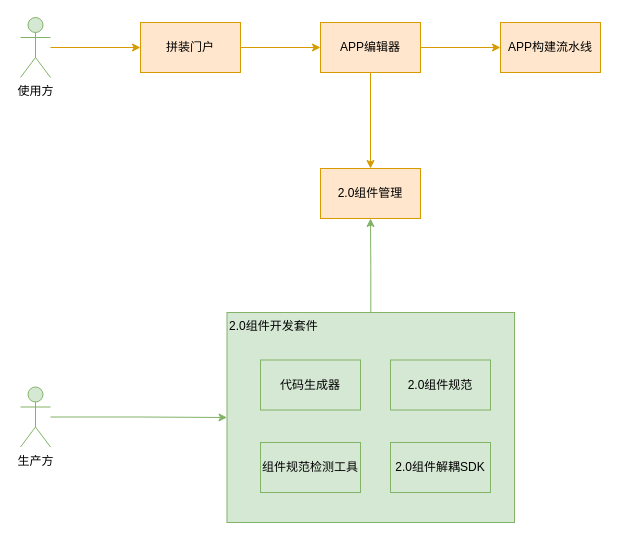
Before: apf-appfactory-editor.drawio in kwhitestone/drawio, a draw.io diagram. Source tidied: cells renumbered, new cells numbered last; positions are measured from the earlier drawing's top-left corner, leaving out a move shared by most shapes. Both pictures are drawn from the tidied source at 100%, with x=0, y=0 at pixel (20, 17).
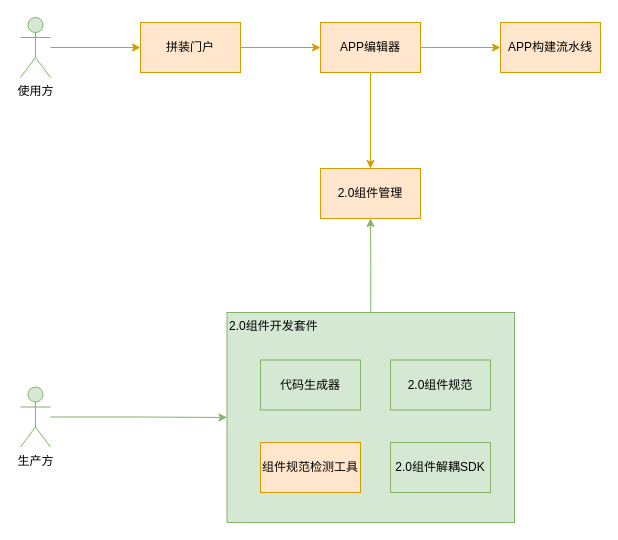
The same diagram, later.

The edit, as a diff of the source:
```diff
@@
 <mxGraphModel>
   <root>
     <mxCell id="0" />
     <mxCell id="1" parent="0" />
     <mxCell id="2" style="edgeStyle=orthogonalEdgeStyle;rounded=0;jettySize=auto;html=1;entryX=0;entryY=0.5;entryDx=0;entryDy=0;fillColor=#ffe6cc;strokeColor=#d79b00;" parent="1" edge="1" source="3" target="8">
       <mxGeometry relative="1" as="geometry" />
     </mxCell>
     <mxCell id="3" value="拼装门户" style="rounded=0;whiteSpace=wrap;html=1;fillColor=#ffe6cc;strokeColor=#d79b00;" parent="1" vertex="1">
       <mxGeometry x="120" y="5" width="100" height="50" as="geometry" />
     </mxCell>
     <mxCell id="4" style="edgeStyle=orthogonalEdgeStyle;rounded=0;jettySize=auto;html=1;entryX=0;entryY=0.5;entryDx=0;entryDy=0;fillColor=#ffe6cc;strokeColor=#d79b00;" parent="1" edge="1" source="5" target="3">
       <mxGeometry relative="1" as="geometry" />
     </mxCell>
     <mxCell id="5" value="使用方" style="shape=umlActor;verticalLabelPosition=bottom;verticalAlign=top;html=1;outlineConnect=0;fillColor=#d5e8d4;strokeColor=#82b366;" parent="1" vertex="1">
       <mxGeometry width="30" height="60" as="geometry" />
     </mxCell>
     <mxCell id="6" style="edgeStyle=orthogonalEdgeStyle;rounded=0;jettySize=auto;html=1;fillColor=#ffe6cc;strokeColor=#d79b00;" parent="1" edge="1" source="8" target="9">
       <mxGeometry relative="1" as="geometry" />
     </mxCell>
     <mxCell id="7" style="edgeStyle=orthogonalEdgeStyle;rounded=0;jettySize=auto;html=1;entryX=0;entryY=0.5;entryDx=0;entryDy=0;fillColor=#ffe6cc;strokeColor=#d79b00;" parent="1" edge="1" source="8" target="10">
       <mxGeometry relative="1" as="geometry" />
     </mxCell>
     <mxCell id="8" value="APP编辑器" style="rounded=0;whiteSpace=wrap;html=1;fillColor=#ffe6cc;strokeColor=#d79b00;" parent="1" vertex="1">
       <mxGeometry x="300" y="5" width="100" height="50" as="geometry" />
     </mxCell>
     <mxCell id="9" value="2.0组件管理" style="rounded=0;whiteSpace=wrap;html=1;fillColor=#ffe6cc;strokeColor=#d79b00;" parent="1" vertex="1">
       <mxGeometry x="300" y="151" width="100" height="50" as="geometry" />
     </mxCell>
     <mxCell id="10" value="APP构建流水线" style="rounded=0;whiteSpace=wrap;html=1;fillColor=#ffe6cc;strokeColor=#d79b00;" parent="1" vertex="1">
       <mxGeometry x="480" y="5" width="100" height="50" as="geometry" />
     </mxCell>
     <mxCell id="11" style="edgeStyle=orthogonalEdgeStyle;rounded=0;jettySize=auto;html=1;entryX=0;entryY=0.5;entryDx=0;entryDy=0;fillColor=#d5e8d4;strokeColor=#82b366;" parent="1" edge="1" source="12" target="14">
       <mxGeometry relative="1" as="geometry" />
     </mxCell>
     <mxCell id="12" value="生产方" style="shape=umlActor;verticalLabelPosition=bottom;verticalAlign=top;html=1;outlineConnect=0;fillColor=#d5e8d4;strokeColor=#82b366;" parent="1" vertex="1">
       <mxGeometry y="369.5" width="30" height="60" as="geometry" />
     </mxCell>
     <mxCell id="13" style="edgeStyle=orthogonalEdgeStyle;rounded=0;jettySize=auto;html=1;entryX=0.5;entryY=1;entryDx=0;entryDy=0;fillColor=#d5e8d4;strokeColor=#82b366;" parent="1" edge="1" source="14" target="9">
       <mxGeometry relative="1" as="geometry" />
     </mxCell>
     <mxCell id="14" value="2.0组件开发套件" style="rounded=0;whiteSpace=wrap;html=1;align=left;verticalAlign=top;fillColor=#d5e8d4;strokeColor=#82b366;" parent="1" vertex="1">
       <mxGeometry x="206.5" y="295" width="287.5" height="210" as="geometry" />
     </mxCell>
     <mxCell id="15" value="代码生成器" style="rounded=0;whiteSpace=wrap;html=1;fillColor=#d5e8d4;strokeColor=#82b366;" parent="1" vertex="1">
       <mxGeometry x="240" y="342.5" width="100" height="50" as="geometry" />
     </mxCell>
     <mxCell id="16" value="2.0组件规范" style="rounded=0;whiteSpace=wrap;html=1;fillColor=#d5e8d4;strokeColor=#82b366;" parent="1" vertex="1">
       <mxGeometry x="370" y="342.5" width="100" height="50" as="geometry" />
     </mxCell>
-    <mxCell id="17" value="组件规范检测工具" style="rounded=0;whiteSpace=wrap;html=1;fillColor=#d5e8d4;strokeColor=#82b366;" parent="1" vertex="1">
+    <mxCell id="17" value="组件规范检测工具" style="rounded=0;whiteSpace=wrap;html=1;fillColor=#ffe6cc;strokeColor=#d79b00;" parent="1" vertex="1">
       <mxGeometry x="240" y="425" width="100" height="50" as="geometry" />
     </mxCell>
     <mxCell id="18" value="2.0组件解耦SDK" style="rounded=0;whiteSpace=wrap;html=1;fillColor=#d5e8d4;strokeColor=#82b366;" parent="1" vertex="1">
       <mxGeometry x="370" y="425" width="100" height="50" as="geometry" />
     </mxCell>
   </root>
 </mxGraphModel>
```
